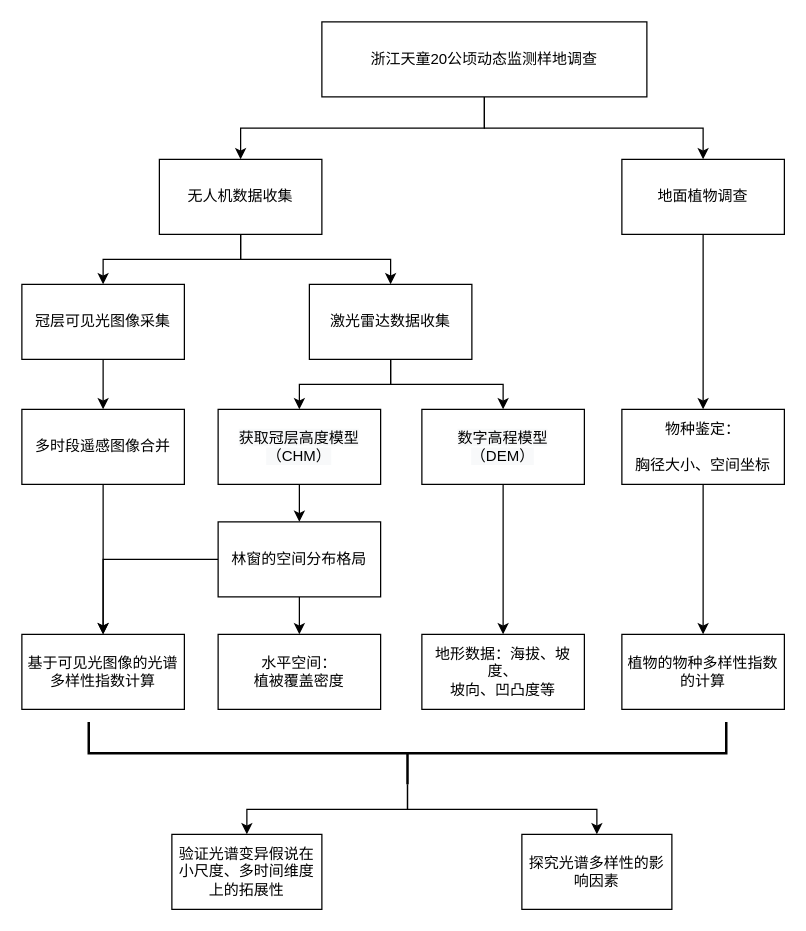
This is page "Page-2" (2 of 2) of Untitled Diagram.drawio from sy5938/diagrams_save, a draw.io file, before an edit. Source tidied: cells renumbered, new cells numbered last; positions are measured from the earlier drawing's top-left corner, leaving out a move shared by most shapes. Both pictures are drawn from the tidied source at 125%, with x=0, y=0 at pixel (21, 21).
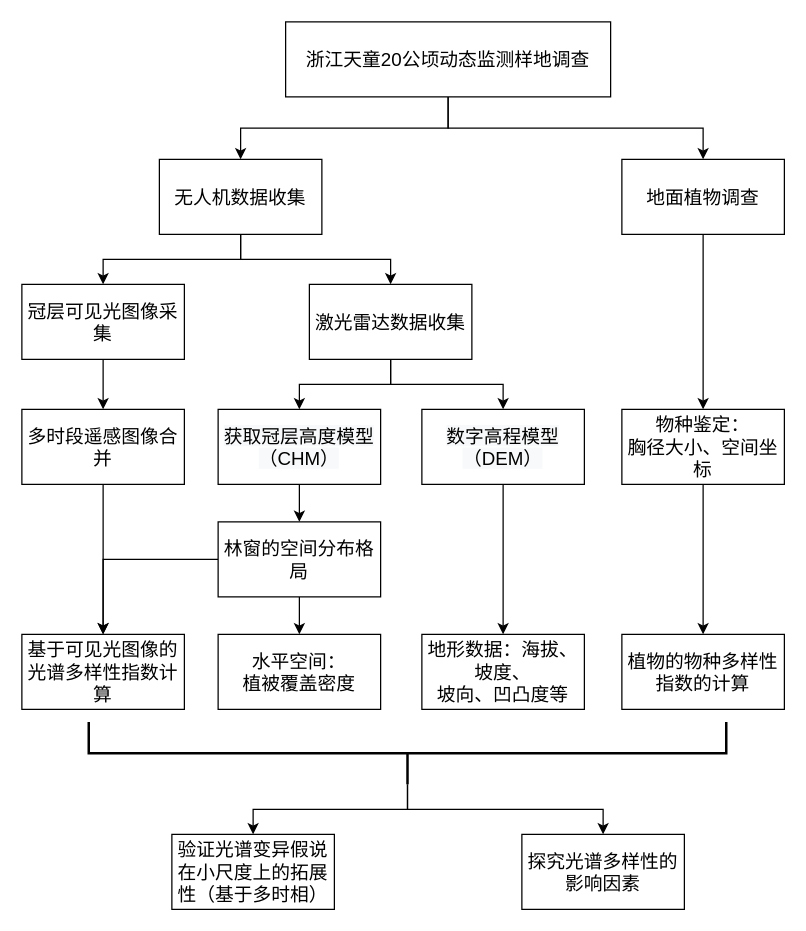
Above is the later version.

Diff of the diagram source:
```diff
@@
-    <mxCell id="2" style="edgeStyle=orthogonalEdgeStyle;rounded=0;jettySize=auto;html=1;exitX=0.5;exitY=1;exitDx=0;exitDy=0;entryX=0.5;entryY=0;entryDx=0;entryDy=0;fontFamily=宋体;" parent="1" edge="1" source="31" target="7">
-      <mxGeometry relative="1" as="geometry" />
-    </mxCell>
-    <mxCell id="3" style="edgeStyle=orthogonalEdgeStyle;rounded=0;jettySize=auto;html=1;exitX=0.5;exitY=1;exitDx=0;exitDy=0;entryX=0.5;entryY=0;entryDx=0;entryDy=0;" parent="1" edge="1" source="4" target="21">
+    <mxCell id="3" style="edgeStyle=orthogonalEdgeStyle;rounded=0;jettySize=auto;html=1;exitX=0.5;exitY=1;exitDx=0;exitDy=0;entryX=0.5;entryY=0;entryDx=0;entryDy=0;fontFamily=微软雅黑;fontSize=15;" parent="1" edge="1" source="4" target="21">
       <mxGeometry relative="1" as="geometry" />
     </mxCell>
-    <mxCell id="4" value="地面植物调查" style="whiteSpace=wrap;html=1;rounded=0;fontFamily=宋体;" parent="1" vertex="1">
+    <mxCell id="4" value="地面植物调查" style="whiteSpace=wrap;html=1;rounded=0;fontFamily=微软雅黑;fontSize=15;" parent="1" vertex="1">
       <mxGeometry x="480" y="110" width="130" height="60" as="geometry" />
     </mxCell>
-    <mxCell id="5" style="edgeStyle=orthogonalEdgeStyle;rounded=0;jettySize=auto;html=1;exitX=0.5;exitY=1;exitDx=0;exitDy=0;entryX=0.5;entryY=0;entryDx=0;entryDy=0;" parent="1" edge="1" source="7" target="9">
+    <mxCell id="5" style="edgeStyle=orthogonalEdgeStyle;rounded=0;jettySize=auto;html=1;exitX=0.5;exitY=1;exitDx=0;exitDy=0;entryX=0.5;entryY=0;entryDx=0;entryDy=0;fontFamily=微软雅黑;fontSize=15;" parent="1" edge="1" source="7" target="9">
       <mxGeometry relative="1" as="geometry" />
     </mxCell>
-    <mxCell id="6" style="edgeStyle=orthogonalEdgeStyle;rounded=0;jettySize=auto;html=1;exitX=0.5;exitY=1;exitDx=0;exitDy=0;entryX=0.5;entryY=0;entryDx=0;entryDy=0;" parent="1" edge="1" source="7" target="12">
+    <mxCell id="6" style="edgeStyle=orthogonalEdgeStyle;rounded=0;jettySize=auto;html=1;exitX=0.5;exitY=1;exitDx=0;exitDy=0;entryX=0.5;entryY=0;entryDx=0;entryDy=0;fontFamily=微软雅黑;fontSize=15;" parent="1" edge="1" source="7" target="12">
       <mxGeometry relative="1" as="geometry" />
     </mxCell>
-    <mxCell id="7" value="无人机数据收集" style="rounded=0;whiteSpace=wrap;html=1;fontFamily=宋体;" parent="1" vertex="1">
+    <mxCell id="7" value="无人机数据收集" style="rounded=0;whiteSpace=wrap;html=1;fontFamily=微软雅黑;fontSize=15;" parent="1" vertex="1">
       <mxGeometry x="110" y="110" width="130" height="60" as="geometry" />
     </mxCell>
-    <mxCell id="8" style="edgeStyle=orthogonalEdgeStyle;rounded=0;jettySize=auto;html=1;exitX=0.5;exitY=1;exitDx=0;exitDy=0;entryX=0.5;entryY=0;entryDx=0;entryDy=0;" parent="1" edge="1" source="9" target="25">
+    <mxCell id="8" style="edgeStyle=orthogonalEdgeStyle;rounded=0;jettySize=auto;html=1;exitX=0.5;exitY=1;exitDx=0;exitDy=0;entryX=0.5;entryY=0;entryDx=0;entryDy=0;fontFamily=微软雅黑;fontSize=15;" parent="1" edge="1" source="9" target="25">
       <mxGeometry relative="1" as="geometry" />
     </mxCell>
-    <mxCell id="9" value="冠层可见光图像采集" style="rounded=0;whiteSpace=wrap;html=1;shadow=0;fontFamily=宋体;" parent="1" vertex="1">
+    <mxCell id="9" value="冠层可见光图像采集" style="rounded=0;whiteSpace=wrap;html=1;shadow=0;fontFamily=微软雅黑;fontSize=15;" parent="1" vertex="1">
       <mxGeometry y="210" width="130" height="60" as="geometry" />
     </mxCell>
-    <mxCell id="10" style="edgeStyle=orthogonalEdgeStyle;rounded=0;jettySize=auto;html=1;exitX=0.5;exitY=1;exitDx=0;exitDy=0;entryX=0.5;entryY=0;entryDx=0;entryDy=0;" parent="1" edge="1" source="12" target="16">
+    <mxCell id="10" style="edgeStyle=orthogonalEdgeStyle;rounded=0;jettySize=auto;html=1;exitX=0.5;exitY=1;exitDx=0;exitDy=0;entryX=0.5;entryY=0;entryDx=0;entryDy=0;fontFamily=微软雅黑;fontSize=15;" parent="1" edge="1" source="12" target="16">
       <mxGeometry relative="1" as="geometry" />
     </mxCell>
-    <mxCell id="11" style="edgeStyle=orthogonalEdgeStyle;rounded=0;jettySize=auto;html=1;exitX=0.5;exitY=1;exitDx=0;exitDy=0;entryX=0.5;entryY=0;entryDx=0;entryDy=0;" parent="1" edge="1" source="12" target="14">
+    <mxCell id="11" style="edgeStyle=orthogonalEdgeStyle;rounded=0;jettySize=auto;html=1;exitX=0.5;exitY=1;exitDx=0;exitDy=0;entryX=0.5;entryY=0;entryDx=0;entryDy=0;fontFamily=微软雅黑;fontSize=15;" parent="1" edge="1" source="12" target="14">
       <mxGeometry relative="1" as="geometry" />
     </mxCell>
-    <mxCell id="12" value="激光雷达数据收集" style="rounded=0;whiteSpace=wrap;html=1;shadow=0;fontFamily=宋体;" parent="1" vertex="1">
+    <mxCell id="12" value="激光雷达数据收集" style="rounded=0;whiteSpace=wrap;html=1;shadow=0;fontFamily=微软雅黑;fontSize=15;" parent="1" vertex="1">
       <mxGeometry x="230" y="210" width="130" height="60" as="geometry" />
     </mxCell>
-    <mxCell id="13" style="edgeStyle=elbowEdgeStyle;rounded=0;jettySize=auto;elbow=vertical;html=1;fontFamily=宋体;" parent="1" edge="1" source="14" target="28">
+    <mxCell id="13" style="edgeStyle=elbowEdgeStyle;rounded=0;jettySize=auto;elbow=vertical;html=1;fontFamily=微软雅黑;fontSize=15;" parent="1" edge="1" source="14" target="28">
       <mxGeometry relative="1" as="geometry" />
     </mxCell>
-    <mxCell id="14" value="&#10;&#10;&lt;span style=&quot;color: rgb(0, 0, 0); font-family: helvetica; font-size: 12px; font-style: normal; font-weight: 400; letter-spacing: normal; text-align: center; text-indent: 0px; text-transform: none; word-spacing: 0px; background-color: rgb(248, 249, 250); display: inline; float: none;&quot;&gt;数字高程模型&lt;/span&gt;&lt;br style=&quot;color: rgb(0, 0, 0); font-family: helvetica; font-size: 12px; font-style: normal; font-weight: 400; letter-spacing: normal; text-align: center; text-indent: 0px; text-transform: none; word-spacing: 0px; background-color: rgb(248, 249, 250);&quot;&gt;&lt;span style=&quot;color: rgb(0, 0, 0); font-family: helvetica; font-size: 12px; font-style: normal; font-weight: 400; letter-spacing: normal; text-align: center; text-indent: 0px; text-transform: none; word-spacing: 0px; background-color: rgb(248, 249, 250); display: inline; float: none;&quot;&gt;（DEM）&lt;/span&gt;&#10;&#10;" style="rounded=0;whiteSpace=wrap;html=1;shadow=0;fontFamily=宋体;" parent="1" vertex="1">
+    <mxCell id="14" value="&#10;&#10;&lt;span style=&quot;color: rgb(0, 0, 0); font-family: helvetica; font-size: 15px; font-style: normal; font-weight: 400; letter-spacing: normal; text-align: center; text-indent: 0px; text-transform: none; word-spacing: 0px; background-color: rgb(248, 249, 250); display: inline; float: none;&quot;&gt;数字高程模型&lt;/span&gt;&lt;br style=&quot;color: rgb(0, 0, 0); font-family: helvetica; font-size: 15px; font-style: normal; font-weight: 400; letter-spacing: normal; text-align: center; text-indent: 0px; text-transform: none; word-spacing: 0px; background-color: rgb(248, 249, 250);&quot;&gt;&lt;span style=&quot;color: rgb(0, 0, 0); font-family: helvetica; font-size: 15px; font-style: normal; font-weight: 400; letter-spacing: normal; text-align: center; text-indent: 0px; text-transform: none; word-spacing: 0px; background-color: rgb(248, 249, 250); display: inline; float: none;&quot;&gt;（DEM）&lt;/span&gt;&#10;&#10;" style="rounded=0;whiteSpace=wrap;html=1;shadow=0;fontFamily=微软雅黑;fontSize=15;" parent="1" vertex="1">
       <mxGeometry x="320" y="310" width="130" height="60" as="geometry" />
     </mxCell>
-    <mxCell id="15" style="edgeStyle=orthogonalEdgeStyle;rounded=0;jettySize=auto;html=1;exitX=0.5;exitY=1;exitDx=0;exitDy=0;entryX=0.5;entryY=0;entryDx=0;entryDy=0;fontFamily=宋体;" parent="1" edge="1" source="16" target="19">
+    <mxCell id="15" style="edgeStyle=orthogonalEdgeStyle;rounded=0;jettySize=auto;html=1;exitX=0.5;exitY=1;exitDx=0;exitDy=0;entryX=0.5;entryY=0;entryDx=0;entryDy=0;fontFamily=微软雅黑;fontSize=15;" parent="1" edge="1" source="16" target="19">
       <mxGeometry relative="1" as="geometry" />
     </mxCell>
-    <mxCell id="16" value="&#10;&#10;&lt;span style=&quot;color: rgb(0, 0, 0); font-family: helvetica; font-size: 12px; font-style: normal; font-weight: 400; letter-spacing: normal; text-align: center; text-indent: 0px; text-transform: none; word-spacing: 0px; background-color: rgb(248, 249, 250); display: inline; float: none;&quot;&gt;获取冠层高度模型（CHM）&lt;/span&gt;&#10;&#10;" style="rounded=0;whiteSpace=wrap;html=1;shadow=0;fontFamily=宋体;" parent="1" vertex="1">
+    <mxCell id="16" value="&#10;&#10;&lt;span style=&quot;color: rgb(0, 0, 0); font-family: helvetica; font-size: 15px; font-style: normal; font-weight: 400; letter-spacing: normal; text-align: center; text-indent: 0px; text-transform: none; word-spacing: 0px; background-color: rgb(248, 249, 250); display: inline; float: none;&quot;&gt;获取冠层高度模型（CHM）&lt;/span&gt;&#10;&#10;" style="rounded=0;whiteSpace=wrap;html=1;shadow=0;fontFamily=微软雅黑;fontSize=15;" parent="1" vertex="1">
       <mxGeometry x="157" y="310" width="130" height="60" as="geometry" />
     </mxCell>
-    <mxCell id="17" style="edgeStyle=elbowEdgeStyle;rounded=0;jettySize=auto;elbow=vertical;html=1;exitX=0.5;exitY=1;exitDx=0;exitDy=0;fontFamily=宋体;" parent="1" edge="1" source="19" target="29">
+    <mxCell id="17" style="edgeStyle=elbowEdgeStyle;rounded=0;jettySize=auto;elbow=vertical;html=1;exitX=0.5;exitY=1;exitDx=0;exitDy=0;fontFamily=微软雅黑;fontSize=15;" parent="1" edge="1" source="19" target="29">
       <mxGeometry relative="1" as="geometry" />
     </mxCell>
-    <mxCell id="18" style="edgeStyle=orthogonalEdgeStyle;rounded=0;jettySize=auto;html=1;exitX=0;exitY=0.5;exitDx=0;exitDy=0;entryX=0.5;entryY=0;entryDx=0;entryDy=0;" parent="1" edge="1" source="19" target="27">
+    <mxCell id="18" style="edgeStyle=orthogonalEdgeStyle;rounded=0;jettySize=auto;html=1;exitX=0;exitY=0.5;exitDx=0;exitDy=0;entryX=0.5;entryY=0;entryDx=0;entryDy=0;fontFamily=微软雅黑;fontSize=15;" parent="1" edge="1" source="19" target="27">
       <mxGeometry relative="1" as="geometry" />
     </mxCell>
-    <mxCell id="19" value="林窗的空间分布格局" style="whiteSpace=wrap;html=1;rounded=0;shadow=0;fontFamily=宋体;" parent="1" vertex="1">
+    <mxCell id="19" value="林窗的空间分布格局" style="whiteSpace=wrap;html=1;rounded=0;shadow=0;fontFamily=微软雅黑;fontSize=15;" parent="1" vertex="1">
       <mxGeometry x="157" y="400" width="130" height="60" as="geometry" />
     </mxCell>
-    <mxCell id="20" style="edgeStyle=orthogonalEdgeStyle;rounded=0;jettySize=auto;html=1;fontFamily=宋体;" parent="1" edge="1" source="21" target="23">
+    <mxCell id="20" style="edgeStyle=orthogonalEdgeStyle;rounded=0;jettySize=auto;html=1;fontFamily=微软雅黑;fontSize=15;" parent="1" edge="1" source="21" target="23">
       <mxGeometry relative="1" as="geometry" />
     </mxCell>
-    <mxCell id="21" value="物种鉴定：&lt;br&gt;&lt;br&gt;胸径大小、空间坐标" style="whiteSpace=wrap;html=1;rounded=0;fontFamily=宋体;" parent="1" vertex="1">
+    <mxCell id="21" value="物种鉴定：&lt;br style=&quot;font-size: 15px&quot;&gt;胸径大小、空间坐标" style="whiteSpace=wrap;html=1;rounded=0;fontFamily=微软雅黑;fontSize=15;" parent="1" vertex="1">
       <mxGeometry x="480" y="310" width="130" height="60" as="geometry" />
     </mxCell>
-    <mxCell id="22" style="edgeStyle=orthogonalEdgeStyle;rounded=0;orthogonalLoop=1;jettySize=auto;html=1;exitX=0.5;exitY=1;exitDx=0;exitDy=0;fontFamily=宋体;" parent="1" edge="1">
+    <mxCell id="22" style="edgeStyle=orthogonalEdgeStyle;rounded=0;orthogonalLoop=1;jettySize=auto;html=1;exitX=0.5;exitY=1;exitDx=0;exitDy=0;fontFamily=微软雅黑;fontSize=15;" parent="1" edge="1">
       <mxGeometry relative="1" as="geometry">
-        <mxPoint x="540" y="160" as="sourcePoint" />
-        <mxPoint x="540" y="160" as="targetPoint" />
+        <mxPoint x="511" y="160" as="sourcePoint" />
+        <mxPoint x="511" y="160" as="targetPoint" />
       </mxGeometry>
     </mxCell>
-    <mxCell id="23" value="植物的物种多样性指数的计算" style="whiteSpace=wrap;html=1;rounded=0;fontFamily=宋体;" parent="1" vertex="1">
+    <mxCell id="23" value="植物的物种多样性指数的计算" style="whiteSpace=wrap;html=1;rounded=0;fontFamily=微软雅黑;fontSize=15;" parent="1" vertex="1">
       <mxGeometry x="480" y="490" width="130" height="60" as="geometry" />
     </mxCell>
-    <mxCell id="24" style="edgeStyle=orthogonalEdgeStyle;rounded=0;jettySize=auto;html=1;exitX=0.5;exitY=1;exitDx=0;exitDy=0;entryX=0.5;entryY=0;entryDx=0;entryDy=0;" parent="1" edge="1" source="25" target="27">
+    <mxCell id="24" style="edgeStyle=orthogonalEdgeStyle;rounded=0;jettySize=auto;html=1;exitX=0.5;exitY=1;exitDx=0;exitDy=0;entryX=0.5;entryY=0;entryDx=0;entryDy=0;fontFamily=微软雅黑;fontSize=15;" parent="1" edge="1" source="25" target="27">
       <mxGeometry relative="1" as="geometry" />
     </mxCell>
-    <mxCell id="25" value="多时段遥感图像合并" style="rounded=0;whiteSpace=wrap;html=1;shadow=0;fontFamily=宋体;" parent="1" vertex="1">
+    <mxCell id="25" value="多时段遥感图像合并" style="rounded=0;whiteSpace=wrap;html=1;shadow=0;fontFamily=微软雅黑;fontSize=15;" parent="1" vertex="1">
       <mxGeometry y="310" width="130" height="60" as="geometry" />
     </mxCell>
-    <mxCell id="26" style="edgeStyle=elbowEdgeStyle;rounded=0;orthogonalLoop=1;jettySize=auto;elbow=vertical;html=1;exitX=0.5;exitY=1;exitDx=0;exitDy=0;fontFamily=宋体;" parent="1" edge="1" source="19" target="19">
+    <mxCell id="26" style="edgeStyle=elbowEdgeStyle;rounded=0;orthogonalLoop=1;jettySize=auto;elbow=vertical;html=1;exitX=0.5;exitY=1;exitDx=0;exitDy=0;fontFamily=微软雅黑;fontSize=15;" parent="1" edge="1" source="19" target="19">
       <mxGeometry relative="1" as="geometry" />
     </mxCell>
-    <mxCell id="27" value="基于可见光图像的光谱多样性指数计算" style="whiteSpace=wrap;html=1;rounded=0;shadow=0;strokeWidth=1;fontFamily=宋体;" parent="1" vertex="1">
+    <mxCell id="27" value="基于可见光图像的光谱多样性指数计算" style="whiteSpace=wrap;html=1;rounded=0;shadow=0;strokeWidth=1;fontFamily=微软雅黑;fontSize=15;" parent="1" vertex="1">
       <mxGeometry y="490" width="130" height="60" as="geometry" />
     </mxCell>
-    <mxCell id="28" value="地形数据：海拔、坡度、&lt;br&gt;坡向、凹凸度等" style="rounded=0;whiteSpace=wrap;html=1;shadow=0;fontFamily=宋体;" parent="1" vertex="1">
+    <mxCell id="28" value="地形数据：海拔、坡度、&lt;br style=&quot;font-size: 15px;&quot;&gt;坡向、凹凸度等" style="rounded=0;whiteSpace=wrap;html=1;shadow=0;fontFamily=微软雅黑;fontSize=15;" parent="1" vertex="1">
       <mxGeometry x="320" y="490" width="130" height="60" as="geometry" />
     </mxCell>
-    <mxCell id="29" value="水平空间：&lt;br&gt;植被覆盖密度" style="rounded=0;whiteSpace=wrap;html=1;shadow=0;strokeWidth=1;fontFamily=宋体;" parent="1" vertex="1">
+    <mxCell id="29" value="水平空间：&lt;br style=&quot;font-size: 15px;&quot;&gt;植被覆盖密度" style="rounded=0;whiteSpace=wrap;html=1;shadow=0;strokeWidth=1;fontFamily=微软雅黑;fontSize=15;" parent="1" vertex="1">
       <mxGeometry x="157" y="490" width="130" height="60" as="geometry" />
     </mxCell>
+    <mxCell id="2" style="edgeStyle=orthogonalEdgeStyle;rounded=0;jettySize=auto;html=1;exitX=0.5;exitY=1;exitDx=0;exitDy=0;entryX=0.5;entryY=0;entryDx=0;entryDy=0;fontSize=15;" parent="1" edge="1" source="31" target="7">
+      <mxGeometry relative="1" as="geometry" />
+    </mxCell>
-    <mxCell id="30" style="edgeStyle=orthogonalEdgeStyle;rounded=0;jettySize=auto;html=1;exitX=0.5;exitY=1;exitDx=0;exitDy=0;entryX=0.5;entryY=0;entryDx=0;entryDy=0;" parent="1" edge="1" source="31" target="4">
+    <mxCell id="30" style="edgeStyle=orthogonalEdgeStyle;rounded=0;jettySize=auto;html=1;exitX=0.5;exitY=1;exitDx=0;exitDy=0;entryX=0.5;entryY=0;entryDx=0;entryDy=0;fontSize=15;" parent="1" edge="1" source="31" target="4">
       <mxGeometry relative="1" as="geometry" />
     </mxCell>
-    <mxCell id="31" value="浙江天童20公顷动态监测样地调查" style="whiteSpace=wrap;html=1;rounded=0;fontFamily=宋体;" parent="1" vertex="1">
-      <mxGeometry x="240" width="260" height="60" as="geometry" />
+    <mxCell id="31" value="浙江天童20公顷动态监测样地调查" style="whiteSpace=wrap;html=1;rounded=0;fontFamily=微软雅黑;fontSize=15;" parent="1" vertex="1">
+      <mxGeometry x="211" width="260" height="60" as="geometry" />
     </mxCell>
-    <mxCell id="32" style="edgeStyle=elbowEdgeStyle;rounded=0;jettySize=auto;elbow=vertical;html=1;exitX=0;exitY=0.5;exitDx=0;exitDy=0;exitPerimeter=0;entryX=0.5;entryY=0;entryDx=0;entryDy=0;fontFamily=宋体;" parent="1" edge="1" source="34" target="35">
+    <mxCell id="32" style="edgeStyle=elbowEdgeStyle;rounded=0;jettySize=auto;elbow=vertical;html=1;exitX=0;exitY=0.5;exitDx=0;exitDy=0;exitPerimeter=0;entryX=0.5;entryY=0;entryDx=0;entryDy=0;fontFamily=微软雅黑;fontSize=15;" parent="1" edge="1" source="34" target="35">
       <mxGeometry relative="1" as="geometry">
         <Array as="points">
           <mxPoint x="320" y="630" />
         </Array>
       </mxGeometry>
     </mxCell>
-    <mxCell id="33" style="edgeStyle=elbowEdgeStyle;rounded=0;jettySize=auto;elbow=vertical;html=1;exitX=0;exitY=0.5;exitDx=0;exitDy=0;exitPerimeter=0;fontFamily=宋体;" parent="1" edge="1" source="34" target="36">
+    <mxCell id="33" style="edgeStyle=elbowEdgeStyle;rounded=0;jettySize=auto;elbow=vertical;html=1;exitX=0;exitY=0.5;exitDx=0;exitDy=0;exitPerimeter=0;fontFamily=微软雅黑;fontSize=15;" parent="1" edge="1" source="34" target="36">
       <mxGeometry relative="1" as="geometry" />
     </mxCell>
-    <mxCell id="34" style="strokeWidth=2;html=1;shape=mxgraph.flowchart.annotation_2;align=left;labelPosition=right;shadow=0;rotation=-90;fontFamily=宋体;" parent="1" vertex="1">
+    <mxCell id="34" style="strokeWidth=2;html=1;shape=mxgraph.flowchart.annotation_2;align=left;labelPosition=right;shadow=0;rotation=-90;fontFamily=微软雅黑;fontSize=15;" parent="1" vertex="1">
       <mxGeometry x="283.5" y="330" width="50" height="510" as="geometry" />
     </mxCell>
-    <mxCell id="35" value="验证光谱变异假说在小尺度、多时间维度上的拓展性" style="rounded=0;whiteSpace=wrap;html=1;shadow=0;strokeWidth=1;fontFamily=宋体;" parent="1" vertex="1">
-      <mxGeometry x="120" y="650" width="120" height="60" as="geometry" />
+    <mxCell id="35" value="验证光谱变异假说在小尺度上的拓展性（基于多时相）" style="rounded=0;whiteSpace=wrap;html=1;shadow=0;strokeWidth=1;fontFamily=微软雅黑;fontSize=15;" parent="1" vertex="1">
+      <mxGeometry x="120" y="650" width="130" height="60" as="geometry" />
     </mxCell>
-    <mxCell id="36" value="探究光谱多样性的影响因素" style="rounded=0;whiteSpace=wrap;html=1;shadow=0;strokeWidth=1;fontFamily=宋体;" parent="1" vertex="1">
-      <mxGeometry x="400" y="650" width="120" height="60" as="geometry" />
+    <mxCell id="36" value="探究光谱多样性的影响因素" style="rounded=0;whiteSpace=wrap;html=1;shadow=0;strokeWidth=1;fontFamily=微软雅黑;fontSize=15;" parent="1" vertex="1">
+      <mxGeometry x="400" y="650" width="130" height="60" as="geometry" />
     </mxCell>
```
